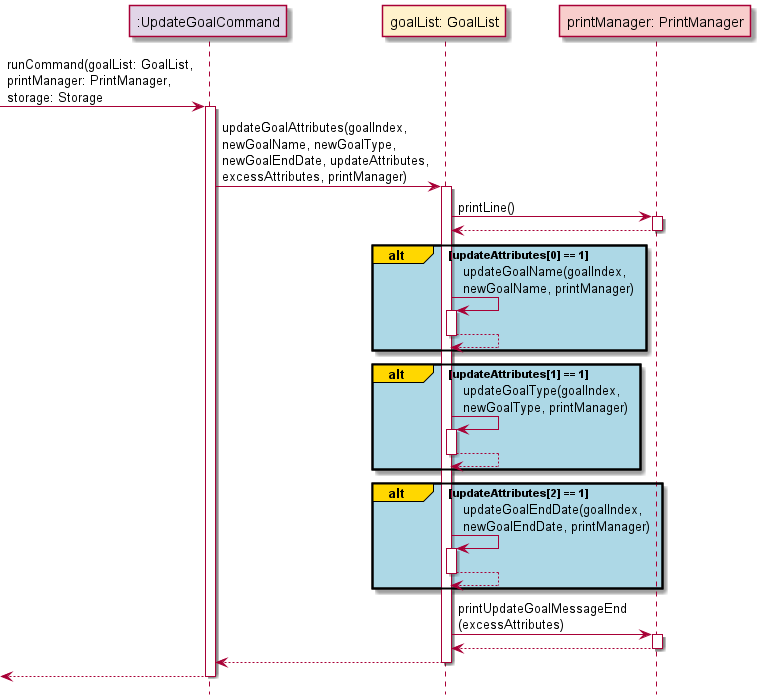
Before: docs/Diagram_Images/Implementation_Diagram_Images/UpdateGoalCommandSequenceDiagram.png, a diagram exported from PlantUML (nus-cs2113-AY2122S1/tp).
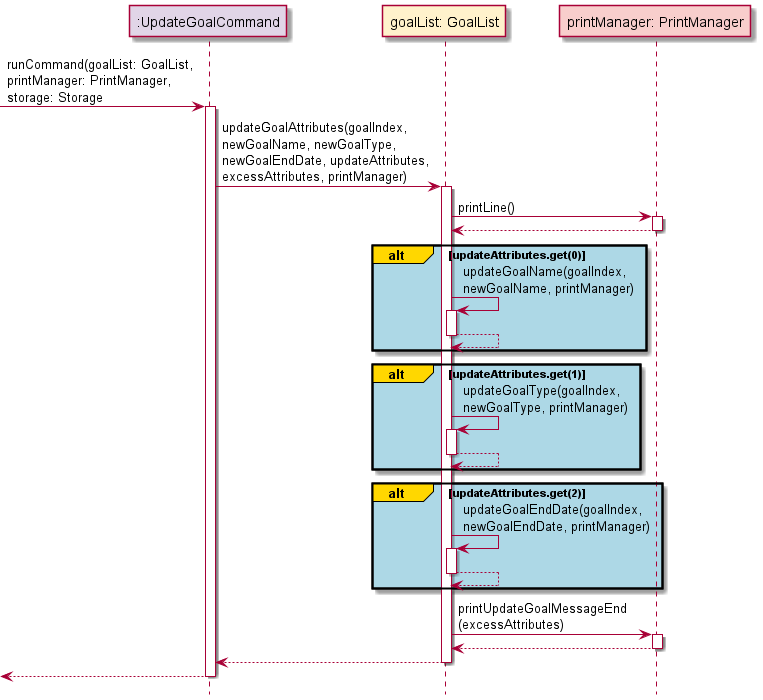
After the change.

Commit message:
Update sequence diagrams for Update Command

Change to the diagram source:
```diff
@@ -16,21 +16,21 @@
 printManager --> goalList
 deactivate printManager
 
-alt#gold #lightblue updateAttributes[0] == 1
+alt#gold #lightblue updateAttributes.get(0)
 goalList -> goalList: updateGoalName(goalIndex,\nnewGoalName, printManager)
 activate goalList
 goalList --> goalList:
 deactivate goalList
 end
 
-alt#gold #lightblue updateAttributes[1] == 1
+alt#gold #lightblue updateAttributes.get(1)
 goalList -> goalList: updateGoalType(goalIndex,\nnewGoalType, printManager)
 activate goalList
 goalList --> goalList:
 deactivate goalList
 end
 
-alt#gold #lightblue updateAttributes[2] == 1
+alt#gold #lightblue updateAttributes.get(2)
 goalList -> goalList: updateGoalEndDate(goalIndex,\nnewGoalEndDate, printManager)
 activate goalList
 goalList --> goalList:
```
